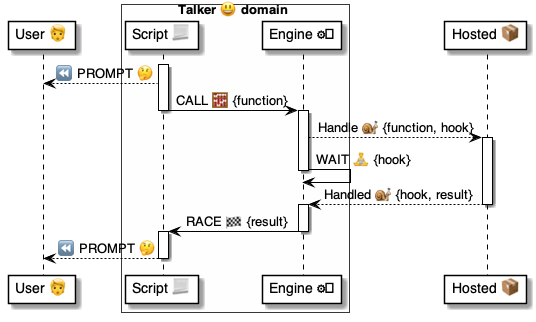
This is 4 ⚙️ Solution/35 💬 Chats/Talkers 😃/😃⏩ Talker flows/Run Sync Functions 😃⏩📦/😃 Call ⚙️ uml.png from pollyweb-org/pollyweb-docs, a PlantUML export, as it was before one commit. Its source is kept beside it as 4 ⚙️ Solution/35 💬 Chats/Talkers 😃/😃⏩ Talker flows/Run Sync Functions 😃⏩📦/😃 Call ⚙️ uml.puml.
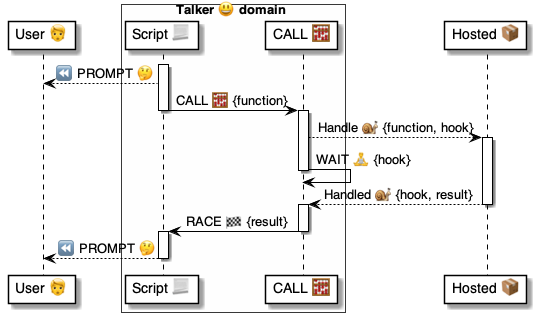
Above is the later version.

Change to the diagram source:
```diff
@@ -3,7 +3,7 @@
 participant "User 🧑" as user
 box Talker 😃 domain #FFFFFA
     participant "Script 📃" as script
-    participant "Engine ⚙️" as engine
+    participant "CALL 🧮" as engine
 end box
 participant "Hosted 📦" as hosted
 
```
